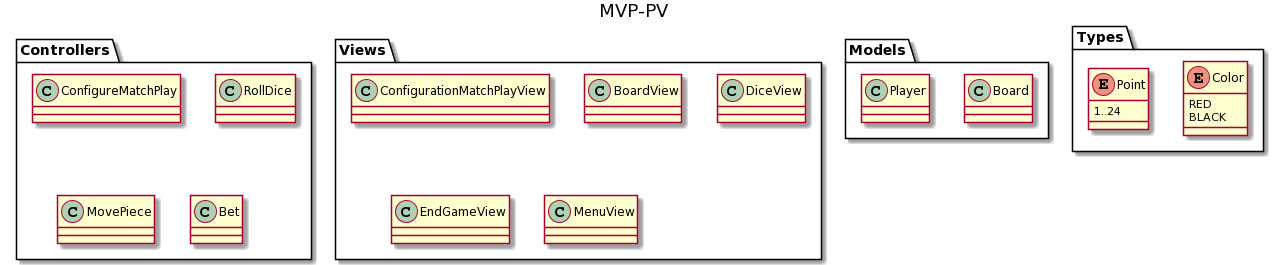
The PlantUML diagram docs/analysis/analysis.png in USantaTecla-game-backgammon/backgammon, before a commit.
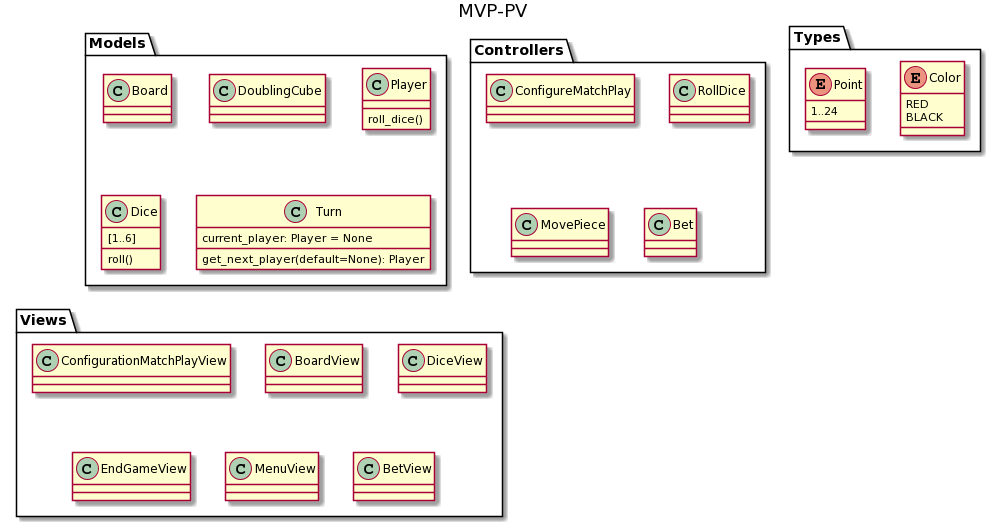
After the change.

What changed in the source:
```diff
@@ -3,7 +3,18 @@
 
 package Models {
     class Board
-    class Player
+    class DoublingCube
+    class Player{
+        roll_dice()
+    }
+    class Dice{
+        [1..6]
+        roll()
+    }
+    class Turn{
+        current_player: Player = None
+        get_next_player(default=None): Player
+    }
 }
 
 package Controllers {
@@ -19,6 +30,7 @@
     class DiceView
     class EndGameView
     class MenuView
+    class BetView
 }
 
 package Types {
```
